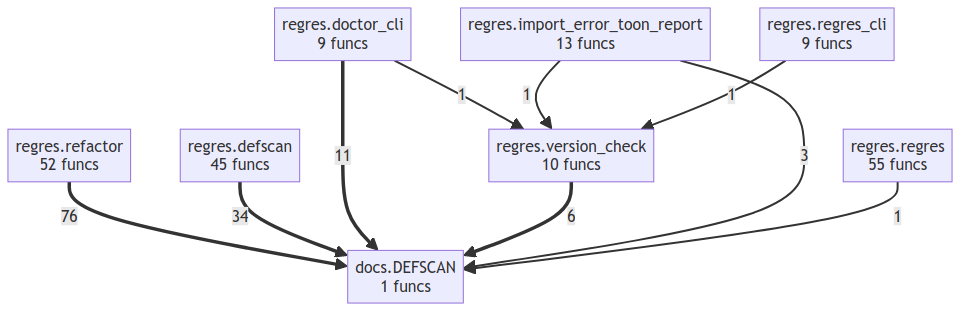
Before: project/compact_flow.png, a diagram exported from Mermaid (semcod/regres). Its source is kept beside it as project/compact_flow.mmd.
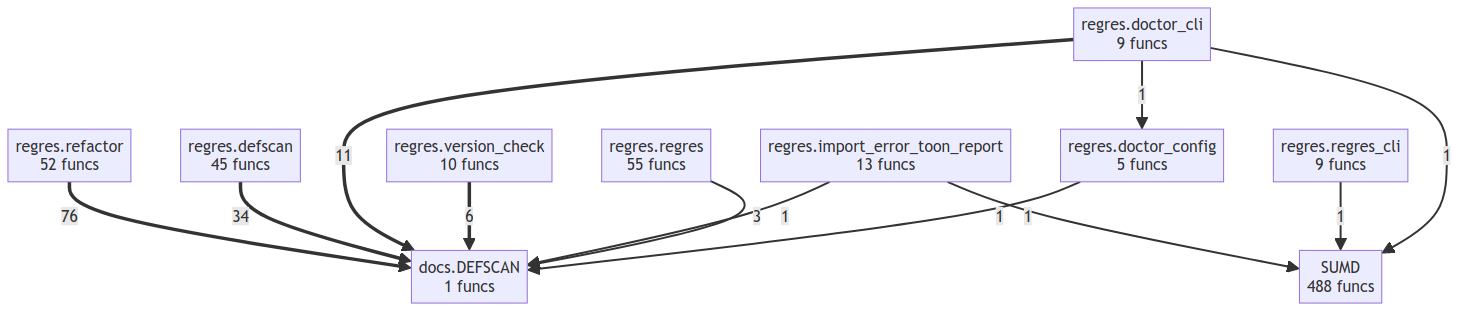
Above is the later version.

Change to the diagram source:
```diff
@@ -1,7 +1,9 @@
 flowchart TD
+    SUMD["SUMD<br/>488 funcs"]
     docs__DEFSCAN["docs.DEFSCAN<br/>1 funcs"]
     regres__defscan["regres.defscan<br/>45 funcs"]
     regres__doctor_cli["regres.doctor_cli<br/>9 funcs"]
+    regres__doctor_config["regres.doctor_config<br/>5 funcs"]
     regres__import_error_toon_report["regres.import_error_toon_report<br/>13 funcs"]
     regres__refactor["regres.refactor<br/>52 funcs"]
     regres__regres["regres.regres<br/>55 funcs"]
@@ -13,6 +15,8 @@
     regres__version_check ==>|6| docs__DEFSCAN
     regres__import_error_toon_report -->|3| docs__DEFSCAN
     regres__regres -->|1| docs__DEFSCAN
-    regres__doctor_cli -->|1| regres__version_check
-    regres__import_error_toon_report -->|1| regres__version_check
-    regres__regres_cli -->|1| regres__version_check
+    regres__import_error_toon_report -->|1| SUMD
+    regres__regres_cli -->|1| SUMD
+    regres__doctor_cli -->|1| SUMD
+    regres__doctor_cli -->|1| regres__doctor_config
+    regres__doctor_config -->|1| docs__DEFSCAN
```
